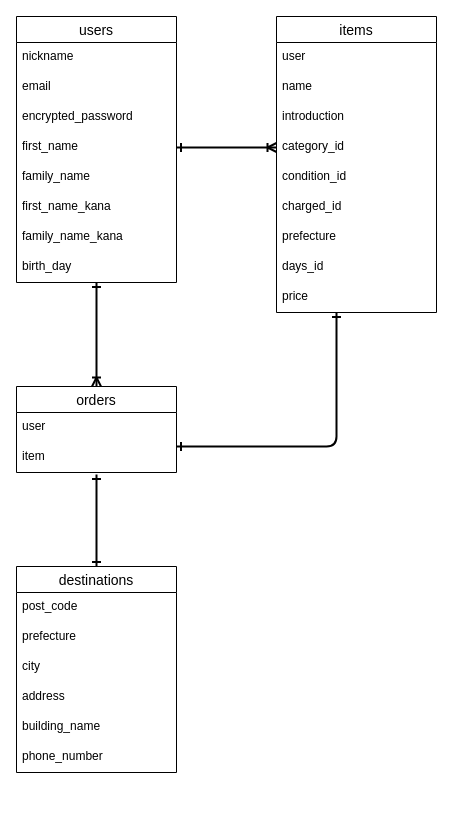
This is furima-39067.dio from nohohon1820/furima-39067, a draw.io file, before an edit. Source tidied: cells renumbered, new cells numbered last; positions are measured from the earlier drawing's top-left corner, leaving out a move shared by most shapes. Both pictures are drawn from the tidied source at 100%, with x=0, y=0 at pixel (-174, 16).
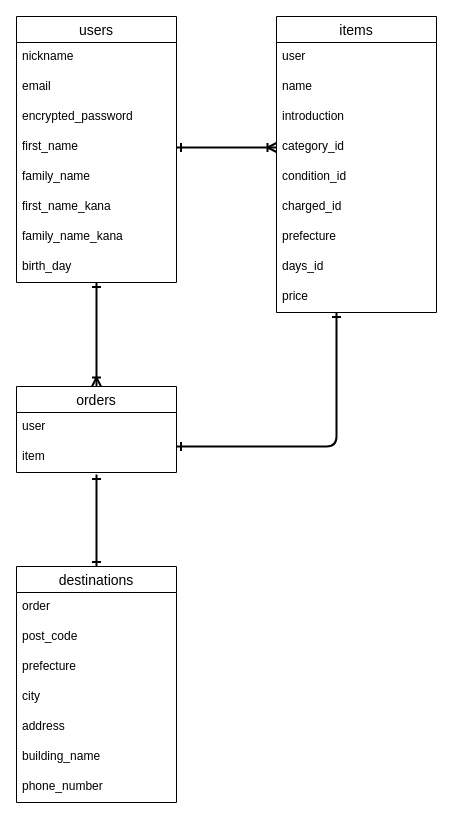
Above is the later version.

Commit message (it also covers changes not shown here):
データベース設計　修正５

Diff of the diagram source:
```diff
@@
     <mxCell id="22" value="destinations" style="swimlane;fontStyle=0;horizontal=1;startSize=26;align=center;fontSize=14;" parent="1" vertex="1">
-      <mxGeometry x="190" y="550" width="160" height="206" as="geometry" />
+      <mxGeometry x="190" y="550" width="160" height="236" as="geometry" />
     </mxCell>
+    <mxCell id="35" value="order" style="text;strokeColor=none;fillColor=none;spacingLeft=4;spacingRight=4;overflow=hidden;fontSize=12;" parent="22" vertex="1">
+      <mxGeometry y="26" width="160" height="30" as="geometry" />
+    </mxCell>
     <mxCell id="23" value="post_code" style="text;strokeColor=none;fillColor=none;spacingLeft=4;spacingRight=4;overflow=hidden;fontSize=12;" parent="22" vertex="1">
-      <mxGeometry y="26" width="160" height="30" as="geometry" />
+      <mxGeometry y="56" width="160" height="30" as="geometry" />
     </mxCell>
     <mxCell id="24" value="prefecture" style="text;strokeColor=none;fillColor=none;spacingLeft=4;spacingRight=4;overflow=hidden;fontSize=12;" parent="22" vertex="1">
-      <mxGeometry y="56" width="160" height="30" as="geometry" />
+      <mxGeometry y="86" width="160" height="30" as="geometry" />
     </mxCell>
     <mxCell id="25" value="city" style="text;strokeColor=none;fillColor=none;spacingLeft=4;spacingRight=4;overflow=hidden;fontSize=12;" parent="22" vertex="1">
-      <mxGeometry y="86" width="160" height="30" as="geometry" />
+      <mxGeometry y="116" width="160" height="30" as="geometry" />
     </mxCell>
     <mxCell id="26" value="address" style="text;strokeColor=none;fillColor=none;spacingLeft=4;spacingRight=4;overflow=hidden;fontSize=12;" parent="22" vertex="1">
-      <mxGeometry y="116" width="160" height="30" as="geometry" />
+      <mxGeometry y="146" width="160" height="30" as="geometry" />
     </mxCell>
     <mxCell id="27" value="building_name" style="text;strokeColor=none;fillColor=none;spacingLeft=4;spacingRight=4;overflow=hidden;fontSize=12;" parent="22" vertex="1">
-      <mxGeometry y="146" width="160" height="30" as="geometry" />
+      <mxGeometry y="176" width="160" height="30" as="geometry" />
     </mxCell>
     <mxCell id="28" value="phone_number" style="text;strokeColor=none;fillColor=none;spacingLeft=4;spacingRight=4;overflow=hidden;fontSize=12;" parent="22" vertex="1">
-      <mxGeometry y="176" width="160" height="30" as="geometry" />
+      <mxGeometry y="206" width="160" height="30" as="geometry" />
     </mxCell>
```
